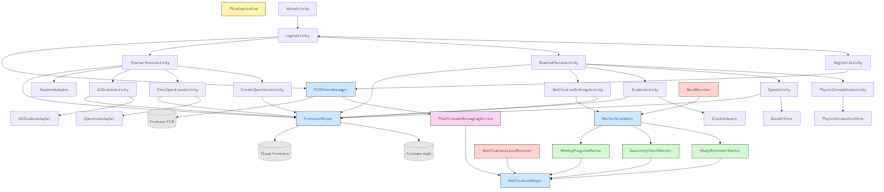
This is docs/images/diagrams/diagram-03.png from omkrako/phiz, a Mermaid export, as it was before one commit. Its source is kept beside it as docs/images/diagrams/diagram-03.mmd.
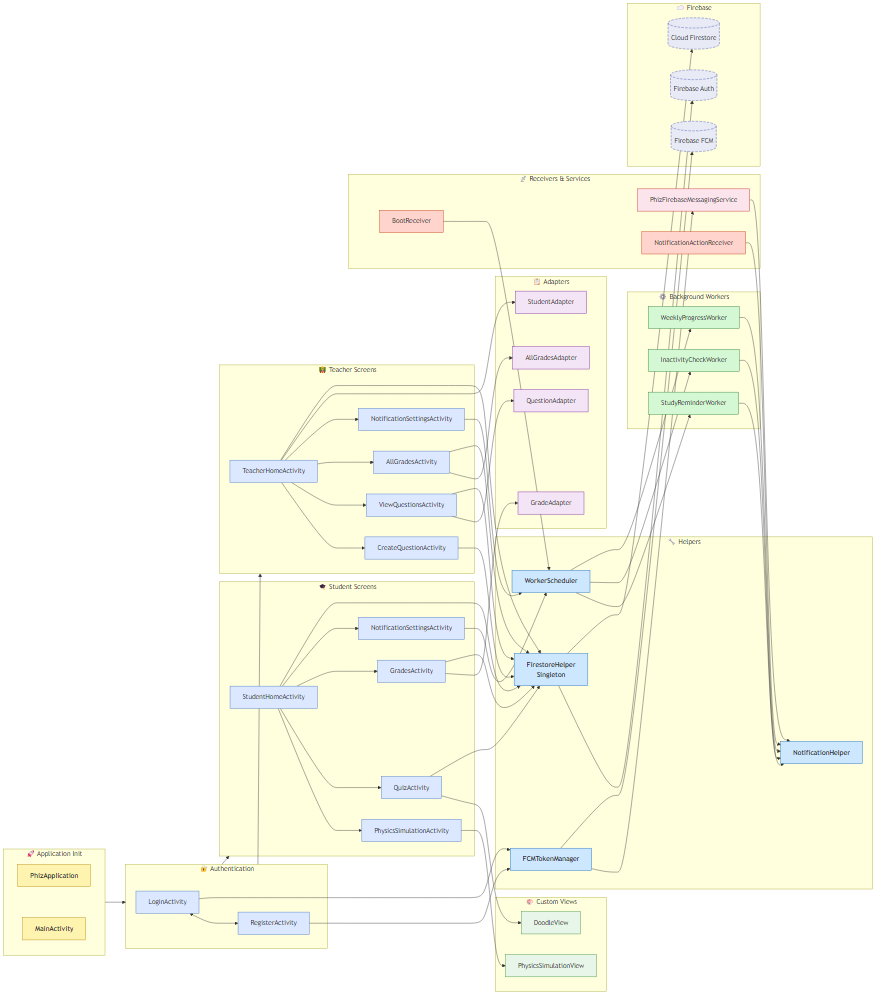
The same diagram one commit later.

Commit message:
Regenerate DOCX with updated component diagram and relationships section

Change to the diagram source:
```diff
@@ -1,60 +1,123 @@
-flowchart TD
-    App[PhizApplication]:::app
+flowchart LR
+    subgraph INIT["🚀 Application Init"]
+        direction TB
+        App[PhizApplication]
+        Main[MainActivity]
+        App ~~~ Main
+    end
 
-    Main[MainActivity] --> Login[LoginActivity]
-    Login <--> Reg[RegisterActivity]
-    Login --> SHome[StudentHomeActivity]
-    Login --> THome[TeacherHomeActivity]
+    subgraph AUTH["🔐 Authentication"]
+        direction TB
+        Login[LoginActivity]
+        Reg[RegisterActivity]
+        Login <--> Reg
+    end
 
-    SHome --> Phys[PhysicsSimulationActivity]
-    SHome --> Quiz[QuizActivity]
-    SHome --> Grades[GradesActivity]
-    SHome --> NSet[NotificationSettingsActivity]
+    subgraph STUDENT["🎓 Student Screens"]
+        direction TB
+        SHome[StudentHomeActivity]
+        Phys[PhysicsSimulationActivity]
+        Quiz[QuizActivity]
+        Grades[GradesActivity]
+        NSetS[NotificationSettingsActivity]
+        SHome --> Phys & Quiz & Grades & NSetS
+    end
 
-    THome --> CQ[CreateQuestionActivity]
-    THome --> VQ[ViewQuestionsActivity]
-    THome --> AG[AllGradesActivity]
+    subgraph TEACHER["👨‍🏫 Teacher Screens"]
+        direction TB
+        THome[TeacherHomeActivity]
+        CQ[CreateQuestionActivity]
+        VQ[ViewQuestionsActivity]
+        AG[AllGradesActivity]
+        NSetT[NotificationSettingsActivity]
+        THome --> CQ & VQ & AG & NSetT
+    end
 
-    Phys --> PSV[PhysicsSimulationView]
-    Quiz --> DV[DoodleView]
-    Grades --> GAdapter[GradeAdapter]
-    THome --> SAdapter[StudentAdapter]
-    VQ --> QAdapter[QuestionAdapter]
-    AG --> AGAdapter[AllGradesAdapter]
+    subgraph VIEWS["🎨 Custom Views"]
+        direction TB
+        PSV[PhysicsSimulationView]
+        DV[DoodleView]
+    end
 
-    SHome --> FH[FirestoreHelper]:::helper
-    THome --> FH
-    Quiz --> FH
-    Grades --> FH
-    CQ --> FH
-    VQ --> FH
-    AG --> FH
-    NSet --> FH
+    subgraph ADAPTERS["📋 Adapters"]
+        direction TB
+        SAdapter[StudentAdapter]
+        GAdapter[GradeAdapter]
+        QAdapter[QuestionAdapter]
+        AGAdapter[AllGradesAdapter]
+    end
 
-    NSet --> WS[WorkerScheduler]:::helper
-    WS --> SRW[StudyReminderWorker]:::worker
-    WS --> ICW[InactivityCheckWorker]:::worker
-    WS --> WPW[WeeklyProgressWorker]:::worker
+    subgraph HELPERS["🔧 Helpers"]
+        direction TB
+        FH[FirestoreHelper\nSingleton]
+        FCM[FCMTokenManager]
+        NH[NotificationHelper]
+        WS[WorkerScheduler]
+    end
 
-    SRW --> NH[NotificationHelper]:::helper
-    ICW --> NH
-    WPW --> NH
+    subgraph WORKERS["⚙️ Background Workers"]
+        direction TB
+        SRW[StudyReminderWorker]
+        ICW[InactivityCheckWorker]
+        WPW[WeeklyProgressWorker]
+    end
 
-    Login --> FCM[FCMTokenManager]:::helper
-    Reg --> FCM
-    FCM --> FMS[PhizFirebaseMessagingService]:::service
+    subgraph RECEIVERS["📡 Receivers & Services"]
+        direction TB
+        FMS[PhizFirebaseMessagingService]
+        BR[BootReceiver]
+        NAR[NotificationActionReceiver]
+    end
+
+    subgraph CLOUD["☁️ Firebase"]
+        direction TB
+        FAuth[(Firebase Auth)]
+        FStore[(Cloud Firestore)]
+        FCloud[(Firebase FCM)]
+    end
+
+    INIT --> AUTH
+    AUTH --> STUDENT & TEACHER
+
+    Phys --> PSV
+    Quiz --> DV
+
+    THome --> SAdapter
+    Grades --> GAdapter
+    VQ --> QAdapter
+    AG --> AGAdapter
+
+    SHome & THome & Quiz & Grades & CQ & VQ & AG --> FH
+    Login & Reg --> FCM
+    NSetS & NSetT --> WS
+    FCM --> FMS
     FMS --> NH
 
-    BR[BootReceiver]:::receiver --> WS
-    NAR[NotificationActionReceiver]:::receiver --> NH
+    WS --> SRW & ICW & WPW
+    SRW & ICW & WPW --> NH
 
-    FH --> FAuth[(Firebase Auth)]:::cloud
-    FH --> FStore[(Cloud Firestore)]:::cloud
-    FCM --> FCloud[(Firebase FCM)]:::cloud
+    BR --> WS
+    NAR --> NH
 
-    classDef app fill:#fff3b0,stroke:#333
-    classDef helper fill:#cde7ff,stroke:#333
-    classDef worker fill:#d4f7d4,stroke:#333
-    classDef service fill:#f7d4f0,stroke:#333
-    classDef receiver fill:#ffd4cc,stroke:#333
-    classDef cloud fill:#e6e6e6,stroke:#333,stroke-dasharray: 5 5
+    FH --> FAuth & FStore
+    FCM --> FCloud
+
+    classDef app      fill:#fff3b0,stroke:#b8860b,color:#333,font-weight:bold
+    classDef activity fill:#dce8ff,stroke:#4472c4,color:#333
+    classDef view     fill:#e8f5e9,stroke:#388e3c,color:#333
+    classDef adapter  fill:#f3e5f5,stroke:#7b1fa2,color:#333
+    classDef helper   fill:#cde7ff,stroke:#1565c0,color:#333,font-weight:bold
+    classDef worker   fill:#d4f7d4,stroke:#2e7d32,color:#333
+    classDef service  fill:#fce4ec,stroke:#c62828,color:#333
+    classDef receiver fill:#ffd4cc,stroke:#bf360c,color:#333
+    classDef cloud    fill:#e8eaf6,stroke:#3949ab,color:#333,stroke-dasharray:6 3
+
+    class App,Main app
+    class Login,Reg,SHome,THome,Phys,Quiz,Grades,CQ,VQ,AG,NSetS,NSetT activity
+    class PSV,DV view
+    class SAdapter,GAdapter,QAdapter,AGAdapter adapter
+    class FH,FCM,NH,WS helper
+    class SRW,ICW,WPW worker
+    class FMS service
+    class BR,NAR receiver
+    class FAuth,FStore,FCloud cloud
```
